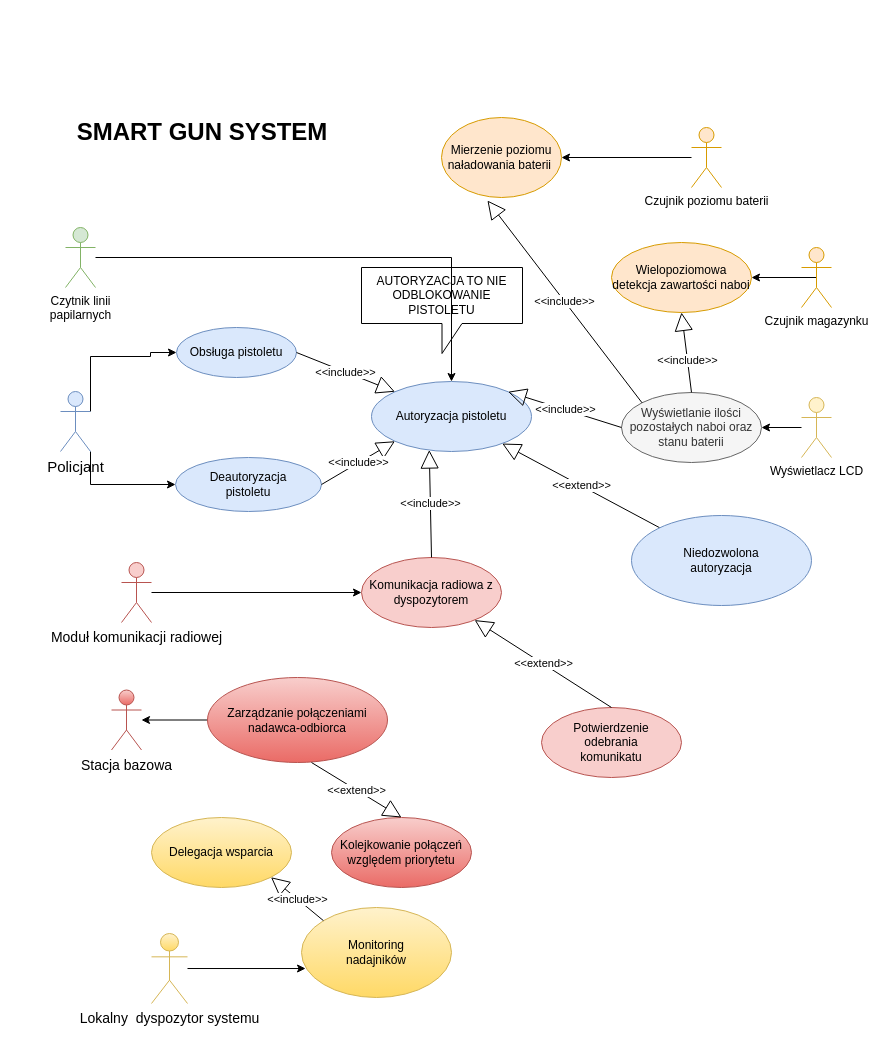
mardyr/UML-and-diagrams keeps this draw.io diagram as smart_gun.drawio. Above is the earlier version. Source tidied: cells renumbered, new cells numbered last; positions are measured from the earlier drawing's top-left corner, leaving out a move shared by most shapes. Both pictures are drawn from the tidied source at 100%, with x=0, y=0 at pixel (17, 107).
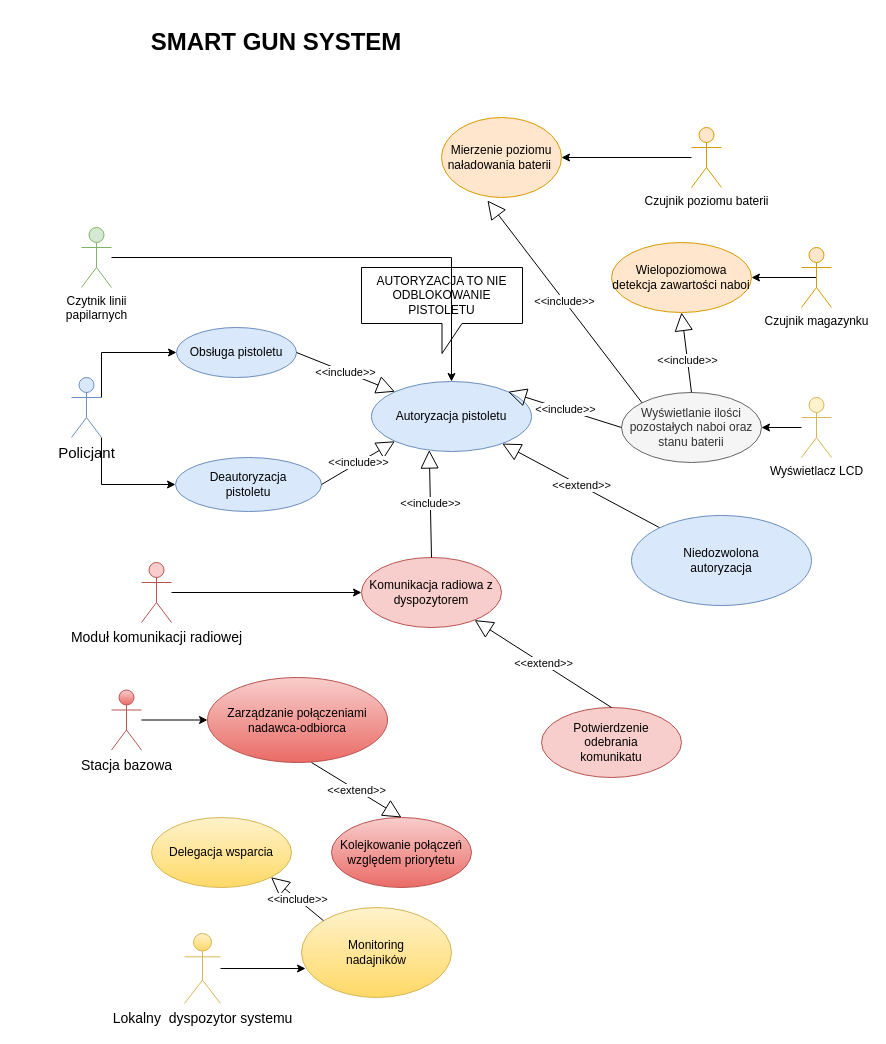
Above is the later version.

Unchanged cells that the change refers to:
```xml
<mxCell id="6" value="Obsługa pistoletu" style="ellipse;whiteSpace=wrap;html=1;fillColor=#dae8fc;strokeColor=#6c8ebf;" parent="1" vertex="1">
  <mxGeometry x="159" y="220" width="120" height="50" as="geometry" />
</mxCell>
<mxCell id="29" value="&lt;font style=&quot;font-size: 14px&quot;&gt;Stacja bazowa&lt;/font&gt;" style="shape=umlActor;verticalLabelPosition=bottom;verticalAlign=top;html=1;outlineConnect=0;gradientColor=#ea6b66;fillColor=#f8cecc;strokeColor=#b85450;" parent="1" vertex="1">
  <mxGeometry x="94" y="582.5" width="30" height="60" as="geometry" />
</mxCell>
<mxCell id="31" value="&lt;div&gt;Zarządzanie połączeniami&lt;/div&gt;&lt;div&gt;nadawca-odbiorca&lt;br&gt;&lt;/div&gt;" style="ellipse;whiteSpace=wrap;html=1;gradientColor=#ea6b66;fillColor=#f8cecc;strokeColor=#b85450;" parent="1" vertex="1">
  <mxGeometry x="190" y="570" width="180" height="85" as="geometry" />
</mxCell>
```

Change to the diagram source:
```diff
@@
     <mxCell id="2" value="&lt;font style=&quot;font-size: 24px&quot;&gt;&lt;b&gt;&lt;font style=&quot;font-size: 24px&quot;&gt;SMART GUN SYSTEM&lt;/font&gt;&lt;/b&gt;&lt;/font&gt;" style="text;html=1;strokeColor=none;fillColor=none;align=center;verticalAlign=middle;whiteSpace=wrap;rounded=0;" parent="1" vertex="1">
-      <mxGeometry width="370" height="50" as="geometry" />
+      <mxGeometry x="74" y="-90" width="370" height="50" as="geometry" />
     </mxCell>
     <mxCell id="3" style="edgeStyle=orthogonalEdgeStyle;rounded=0;jettySize=auto;html=1;entryX=0;entryY=0.5;entryDx=0;entryDy=0;exitX=1;exitY=0.3333333333333333;exitDx=0;exitDy=0;exitPerimeter=0;" parent="1" edge="1" source="5" target="6">
       <mxGeometry relative="1" as="geometry">
         <Array as="points">
-          <mxPoint x="133" y="249" />
+          <mxPoint x="84" y="245" />
         </Array>
       </mxGeometry>
     </mxCell>
@@
     <mxCell id="5" value="&lt;font style=&quot;font-size: 15px&quot;&gt;Policjant&lt;/font&gt;" style="shape=umlActor;verticalLabelPosition=bottom;verticalAlign=top;html=1;outlineConnect=0;fillColor=#dae8fc;strokeColor=#6c8ebf;" parent="1" vertex="1">
-      <mxGeometry x="43" y="284" width="30" height="60" as="geometry" />
+      <mxGeometry x="54" y="270" width="30" height="60" as="geometry" />
     </mxCell>
@@
     <mxCell id="12" value="&lt;font style=&quot;font-size: 14px&quot;&gt;Lokalny&amp;nbsp; dyspozytor systemu&lt;/font&gt;" style="shape=umlActor;verticalLabelPosition=bottom;verticalAlign=top;html=1;gradientColor=#ffd966;fillColor=#fff2cc;strokeColor=#d6b656;" parent="1" vertex="1">
-      <mxGeometry x="134" y="826" width="36" height="70" as="geometry" />
+      <mxGeometry x="167" y="826" width="36" height="70" as="geometry" />
     </mxCell>
@@
     <mxCell id="14" value="&lt;font style=&quot;font-size: 14px&quot;&gt;Moduł komunikacji radiowej&lt;/font&gt;" style="shape=umlActor;verticalLabelPosition=bottom;verticalAlign=top;html=1;fillColor=#f8cecc;strokeColor=#b85450;" parent="1" vertex="1">
-      <mxGeometry x="104" y="455" width="30" height="60" as="geometry" />
+      <mxGeometry x="124" y="455" width="30" height="60" as="geometry" />
     </mxCell>
@@
+    <mxCell id="44" style="edgeStyle=orthogonalEdgeStyle;rounded=0;jettySize=auto;html=1;entryX=0;entryY=0.5;entryDx=0;entryDy=0;" parent="1" edge="1" source="29" target="31">
+      <mxGeometry relative="1" as="geometry" />
+    </mxCell>
@@
-    <mxCell id="30" style="edgeStyle=orthogonalEdgeStyle;rounded=0;jettySize=auto;html=1;" parent="1" edge="1" source="31" target="29">
-      <mxGeometry relative="1" as="geometry" />
-    </mxCell>
@@
     <mxCell id="43" value="&lt;div&gt;Czytnik linii&lt;/div&gt;&lt;div&gt;papilarnych&lt;br&gt;&lt;/div&gt;" style="shape=umlActor;verticalLabelPosition=bottom;verticalAlign=top;html=1;outlineConnect=0;fillColor=#d5e8d4;strokeColor=#82b366;" parent="1" vertex="1">
-      <mxGeometry x="48" y="120" width="30" height="60" as="geometry" />
+      <mxGeometry x="64" y="120" width="30" height="60" as="geometry" />
     </mxCell>
```
